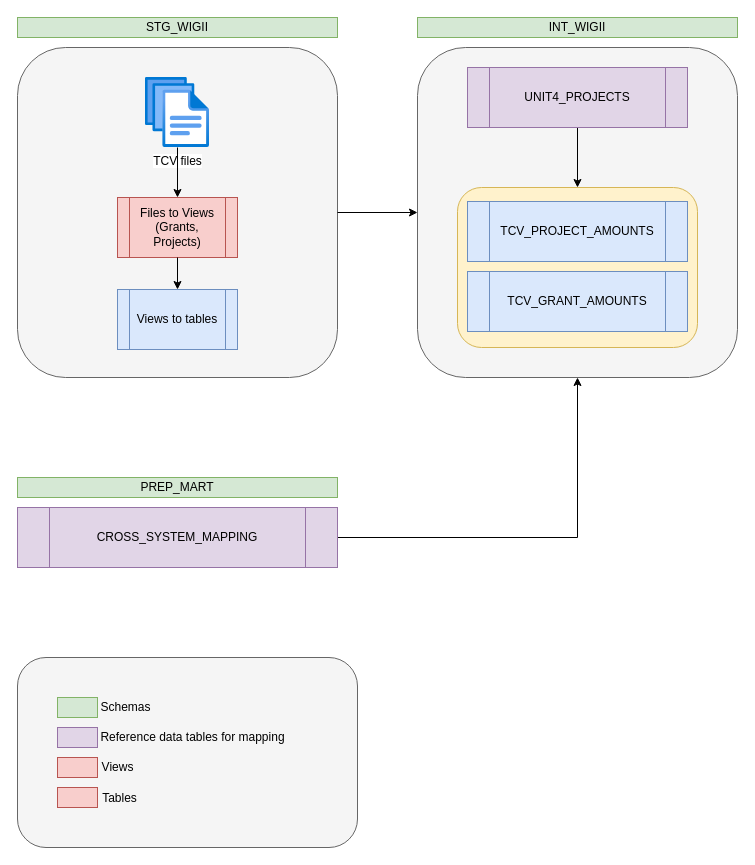
Before: Wigii TCVs data flow.drawio in Medair/drawio, a draw.io diagram. Source tidied: cells renumbered, new cells numbered last; positions are measured from the earlier drawing's top-left corner, leaving out a move shared by most shapes. Both pictures are drawn from the tidied source at 100%, with x=0, y=0 at pixel (17, 17).
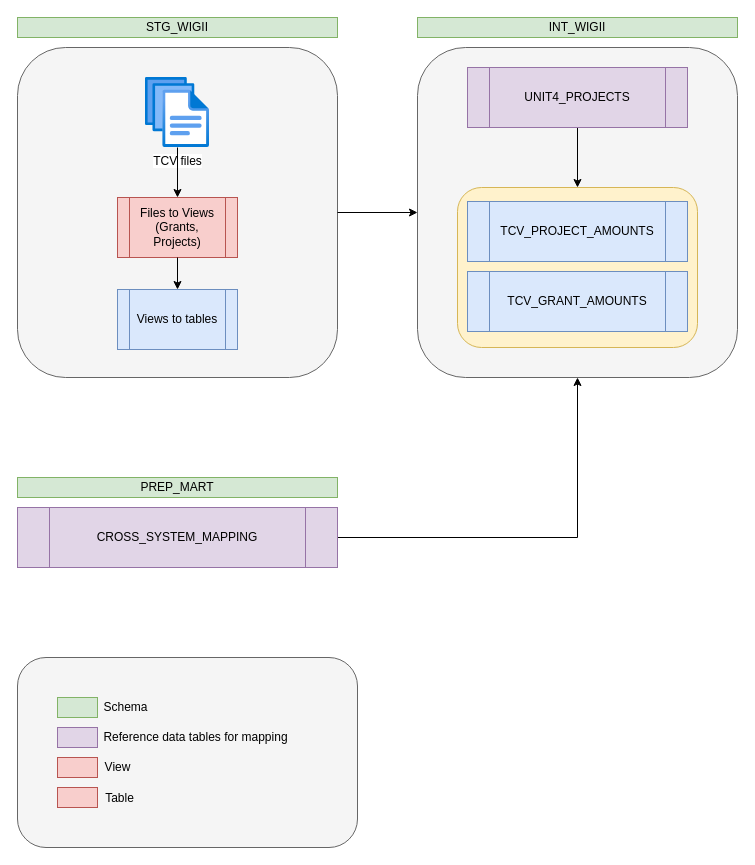
The same diagram, later.

The change refers to these unchanged cells:
```xml
<mxCell id="21" style="group;" parent="1" vertex="1">
  <mxGeometry y="640" width="340" height="190" as="geometry" />
</mxCell>
```

The edit, as a diff of the source:
```diff
@@
     <mxCell id="25" value="Reference data tables for mapping" style="text;html=1;align=center;verticalAlign=middle;strokeColor=none;fillColor=none;" parent="21" vertex="1">
-      <mxGeometry x="70" y="65" width="210" height="30" as="geometry" />
+      <mxGeometry x="73" y="65" width="210" height="30" as="geometry" />
     </mxCell>
-    <mxCell id="26" value="Schemas" style="text;html=1;align=center;verticalAlign=middle;strokeColor=none;fillColor=none;" parent="21" vertex="1">
+    <mxCell id="26" value="Schema" style="text;html=1;align=center;verticalAlign=middle;strokeColor=none;fillColor=none;" parent="21" vertex="1">
       <mxGeometry x="73" y="35" width="70" height="30" as="geometry" />
     </mxCell>
@@
-    <mxCell id="28" value="Views" style="text;html=1;align=center;verticalAlign=middle;strokeColor=none;fillColor=none;" parent="21" vertex="1">
-      <mxGeometry x="70" y="95" width="60" height="30" as="geometry" />
+    <mxCell id="28" value="View" style="text;html=1;align=center;verticalAlign=middle;strokeColor=none;fillColor=none;" parent="21" vertex="1">
+      <mxGeometry x="75" y="95" width="50" height="30" as="geometry" />
     </mxCell>
@@
-    <mxCell id="30" value="Tables" style="text;html=1;align=center;verticalAlign=middle;strokeColor=none;fillColor=none;" parent="21" vertex="1">
-      <mxGeometry x="72" y="126" width="60" height="30" as="geometry" />
+    <mxCell id="30" value="Table" style="text;html=1;align=center;verticalAlign=middle;strokeColor=none;fillColor=none;" parent="21" vertex="1">
+      <mxGeometry x="77" y="126" width="50" height="30" as="geometry" />
     </mxCell>
```
